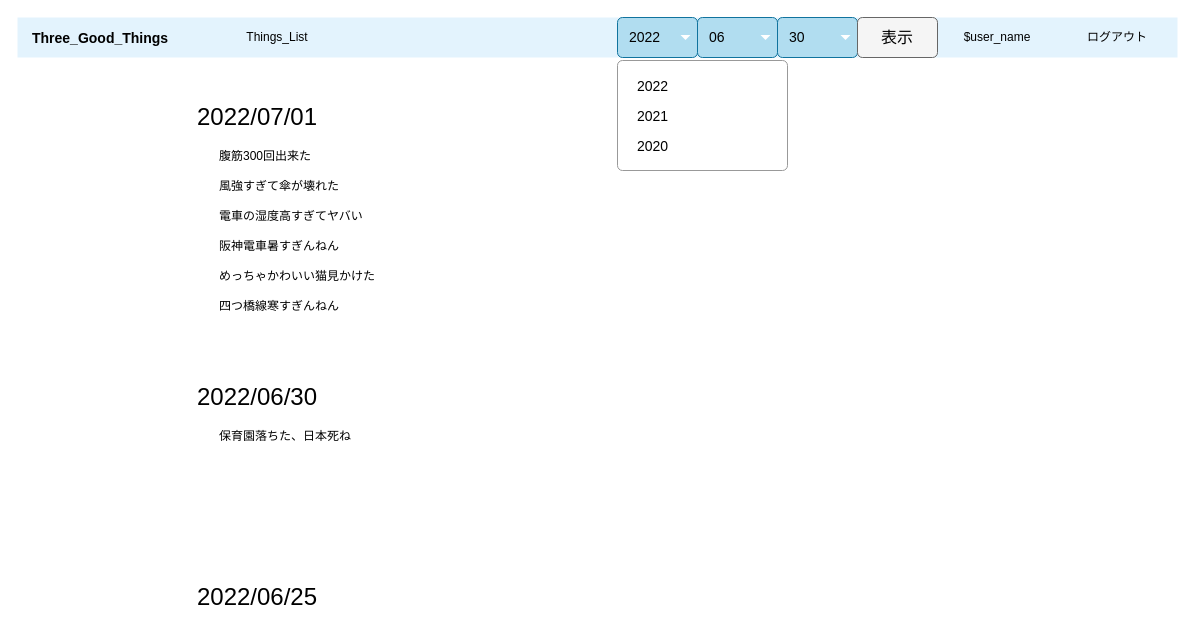
omoikanelulu/Three_good_things keeps this draw.io diagram as page "デキゴト一覧" (3 of 5) of 名称未設定ファイル.drawio. Above is the earlier version. Source tidied: cells renumbered, new cells numbered last; positions are measured from the earlier drawing's top-left corner, leaving out a move shared by most shapes. Both pictures are drawn from the tidied source at 100%, with x=0, y=0 at pixel (17, 17). Pictures stored in the file or linked from it are replaced by grey dashed boxes.
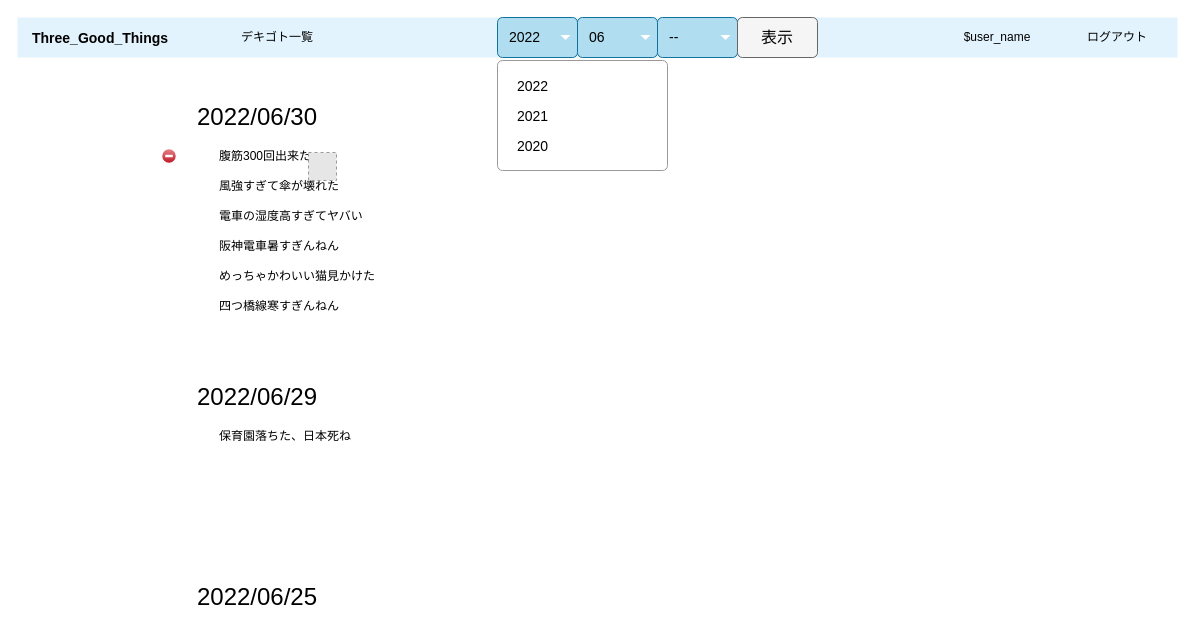
Above is the later version.

What changed in the source:
```diff
@@
-    <mxCell id="3" value="&lt;span style=&quot;font-size: 24px;&quot;&gt;2022/07/01&lt;br&gt;&lt;/span&gt;" style="text;html=1;strokeColor=none;fillColor=none;align=center;verticalAlign=middle;whiteSpace=wrap;rounded=0;" parent="1" vertex="1">
+    <mxCell id="3" value="&lt;span style=&quot;font-size: 24px;&quot;&gt;2022/06/30&lt;br&gt;&lt;/span&gt;" style="text;html=1;strokeColor=none;fillColor=none;align=center;verticalAlign=middle;whiteSpace=wrap;rounded=0;" parent="1" vertex="1">
       <mxGeometry x="160" y="80" width="160" height="40" as="geometry" />
     </mxCell>
-    <mxCell id="4" value="&lt;span style=&quot;font-size: 24px;&quot;&gt;2022/06/30&lt;br&gt;&lt;/span&gt;" style="text;html=1;strokeColor=none;fillColor=none;align=center;verticalAlign=middle;whiteSpace=wrap;rounded=0;" parent="1" vertex="1">
+    <mxCell id="4" value="&lt;span style=&quot;font-size: 24px;&quot;&gt;2022/06/29&lt;br&gt;&lt;/span&gt;" style="text;html=1;strokeColor=none;fillColor=none;align=center;verticalAlign=middle;whiteSpace=wrap;rounded=0;" parent="1" vertex="1">
       <mxGeometry x="160" y="360" width="160" height="40" as="geometry" />
     </mxCell>
@@
     <mxCell id="13" value="2022" style="html=1;shadow=0;dashed=0;shape=mxgraph.bootstrap.rrect;rSize=5;strokeWidth=1;fillColor=#b1ddf0;whiteSpace=wrap;align=left;verticalAlign=middle;fontStyle=0;fontSize=14;spacingLeft=10;strokeColor=#10739e;" parent="1" vertex="1">
-      <mxGeometry x="600" width="80" height="40" as="geometry" />
+      <mxGeometry x="480" width="80" height="40" as="geometry" />
     </mxCell>
@@
     <mxCell id="15" value="06" style="html=1;shadow=0;dashed=0;shape=mxgraph.bootstrap.rrect;rSize=5;strokeWidth=1;fillColor=#b1ddf0;whiteSpace=wrap;align=left;verticalAlign=middle;fontStyle=0;fontSize=14;spacingLeft=10;strokeColor=#10739e;" parent="1" vertex="1">
-      <mxGeometry x="680" width="80" height="40" as="geometry" />
+      <mxGeometry x="560" width="80" height="40" as="geometry" />
     </mxCell>
@@
-    <mxCell id="17" value="30" style="html=1;shadow=0;dashed=0;shape=mxgraph.bootstrap.rrect;rSize=5;strokeWidth=1;fillColor=#b1ddf0;whiteSpace=wrap;align=left;verticalAlign=middle;fontStyle=0;fontSize=14;spacingLeft=10;strokeColor=#10739e;" parent="1" vertex="1">
-      <mxGeometry x="760" width="80" height="40" as="geometry" />
+    <mxCell id="17" value="--" style="html=1;shadow=0;dashed=0;shape=mxgraph.bootstrap.rrect;rSize=5;strokeWidth=1;fillColor=#b1ddf0;whiteSpace=wrap;align=left;verticalAlign=middle;fontStyle=0;fontSize=14;spacingLeft=10;strokeColor=#10739e;" parent="1" vertex="1">
+      <mxGeometry x="640" width="80" height="40" as="geometry" />
     </mxCell>
@@
     <mxCell id="19" style="html=1;shadow=0;dashed=0;shape=mxgraph.bootstrap.rrect;rSize=5;fillColor=#ffffff;strokeColor=#999999;fontSize=12;" parent="1" vertex="1">
-      <mxGeometry x="600" y="43" width="170" height="110" as="geometry" />
+      <mxGeometry x="480" y="43" width="170" height="110" as="geometry" />
     </mxCell>
@@
-    <mxCell id="25" value="Things_List" style="html=1;shadow=0;dashed=0;fillColor=none;strokeColor=none;shape=mxgraph.bootstrap.rect;fontColor=#000000;whiteSpace=wrap;" parent="1" vertex="1">
+    <mxCell id="25" value="デキゴト一覧" style="html=1;shadow=0;dashed=0;fillColor=none;strokeColor=none;shape=mxgraph.bootstrap.rect;fontColor=#000000;whiteSpace=wrap;" parent="1" vertex="1">
       <mxGeometry x="200" width="120" height="40" as="geometry" />
     </mxCell>
     <mxCell id="26" value="&lt;font color=&quot;#000000&quot; style=&quot;font-size: 16px;&quot;&gt;表示&lt;/font&gt;" style="html=1;shadow=0;dashed=0;shape=mxgraph.bootstrap.rrect;rSize=5;strokeWidth=1;whiteSpace=wrap;align=center;verticalAlign=middle;spacingLeft=0;fontStyle=0;fontSize=16;spacing=5;fillColor=#f5f5f5;strokeColor=#666666;fontColor=#333333;" parent="1" vertex="1">
-      <mxGeometry x="840" width="80" height="40" as="geometry" />
+      <mxGeometry x="720" width="80" height="40" as="geometry" />
     </mxCell>
+    <mxCell id="27" style="verticalLabelPosition=bottom;verticalAlign=top;html=1;shadow=0;dashed=0;strokeWidth=1;shape=mxgraph.ios.iDeleteIcon;fillColor=#e8878E;fillColor2=#BD1421;strokeColor=#ffffff;sketch=0;" parent="1" vertex="1">
+      <mxGeometry x="144" y="131" width="15" height="15" as="geometry" />
+    </mxCell>
+    <mxCell id="28" style="fillColor=#E6E6E6;strokeColor=#999999;dashed=1;html=1;verticalAlign=top;verticalLabelPosition=bottom;labelBackgroundColor=#ffffff;" parent="1" vertex="1">
+      <mxGeometry x="291" y="135" width="28" height="28" as="geometry" />
+    </mxCell>
```
